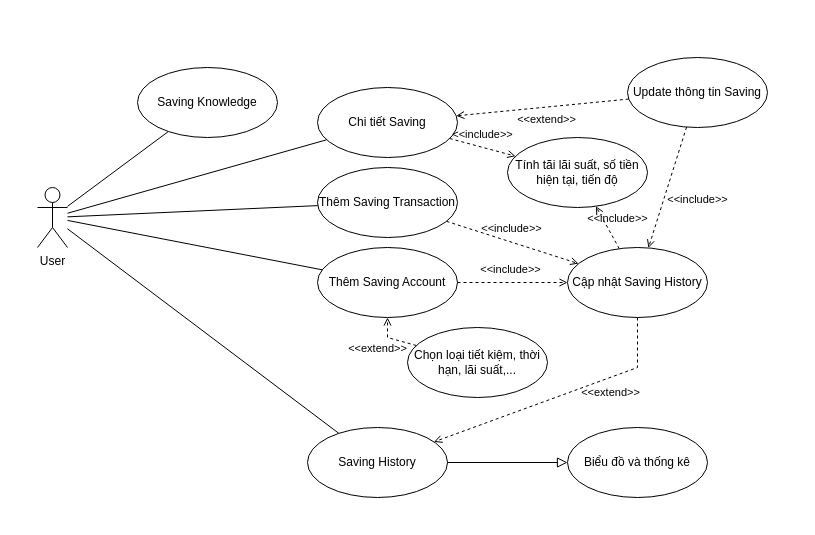
Above: design UML/SavingManagement.drawio in vulm-neo01/financial-management (draw.io), before the change. Source tidied: cells renumbered, new cells numbered last; positions are measured from the earlier drawing's top-left corner, leaving out a move shared by most shapes. Both pictures are drawn from the tidied source at 100%, with x=0, y=0 at pixel (37, 57).
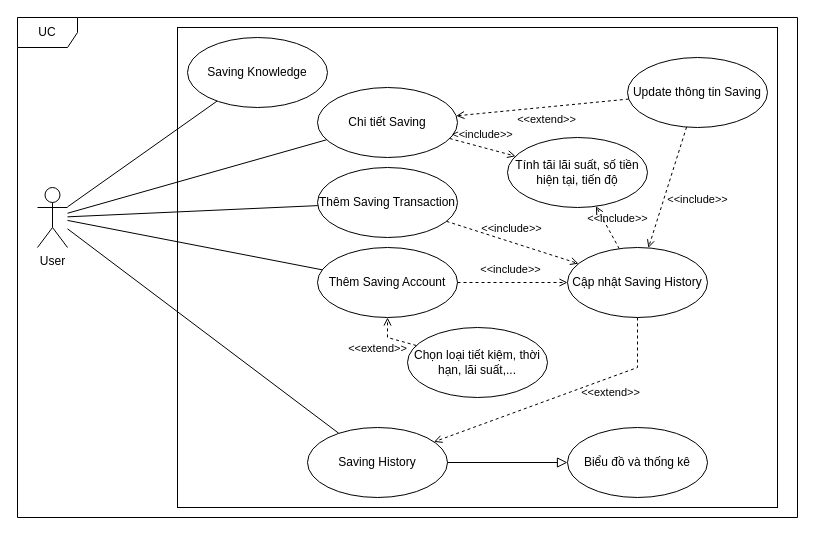
The same page after the edit.

Diff of the diagram source:
```diff
@@
+    <mxCell id="28" style="rounded=0;whiteSpace=wrap;html=1;" parent="1" vertex="1">
+      <mxGeometry x="140" y="-30" width="600" height="480" as="geometry" />
+    </mxCell>
@@
     <mxCell id="13" value="Saving Knowledge" style="ellipse;whiteSpace=wrap;html=1;" parent="1" vertex="1">
-      <mxGeometry x="100" y="10" width="140" height="70" as="geometry" />
+      <mxGeometry x="150" y="-20" width="140" height="70" as="geometry" />
     </mxCell>
@@
+    <mxCell id="29" value="UC" style="shape=umlFrame;whiteSpace=wrap;html=1;" parent="1" vertex="1">
+      <mxGeometry x="-20" y="-40" width="780" height="500" as="geometry" />
+    </mxCell>
```
